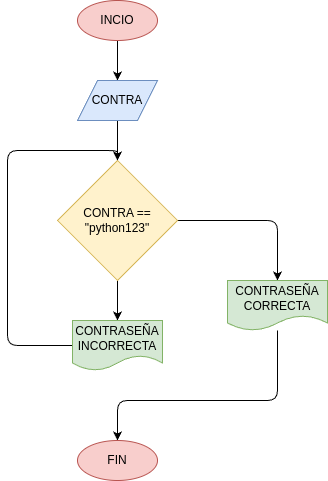
Before: FILTRO DE CONTRASEÑA/diagrama.png, a diagram exported from draw.io (lorcrop/Taller_while_parte_dos). Source tidied: cells renumbered, new cells last; positions are measured from the earlier drawing's top-left corner, leaving out a move shared by most shapes.
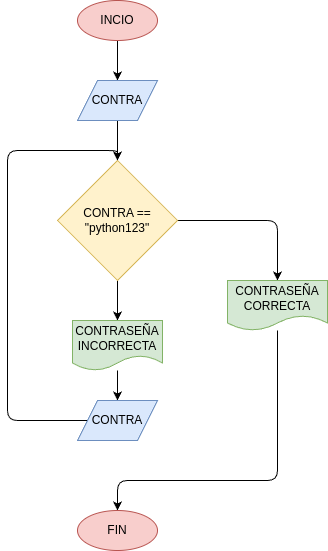
After the change.

Change to the diagram source:
```diff
@@ -23,23 +23,26 @@
     <mxCell id="8" value="CONTRA == &quot;python123&quot;" style="rhombus;whiteSpace=wrap;html=1;fillColor=#fff2cc;strokeColor=#d6b656;" parent="1" vertex="1">
       <mxGeometry x="50" y="160" width="120" height="120" as="geometry" />
     </mxCell>
-    <mxCell id="9" style="edgeStyle=orthogonalEdgeStyle;html=1;entryX=0.5;entryY=0;entryDx=0;entryDy=0;exitX=0;exitY=0.5;exitDx=0;exitDy=0;" parent="1" edge="1" source="10" target="8">
+    <mxCell id="9" style="edgeStyle=orthogonalEdgeStyle;html=1;entryX=0.5;entryY=0;entryDx=0;entryDy=0;exitX=0;exitY=0.5;exitDx=0;exitDy=0;" parent="1" edge="1" source="15" target="8">
       <mxGeometry relative="1" as="geometry">
         <Array as="points">
-          <mxPoint y="345" />
+          <mxPoint y="420" />
           <mxPoint y="150" />
           <mxPoint x="110" y="150" />
         </Array>
       </mxGeometry>
     </mxCell>
+    <mxCell id="14" style="edgeStyle=none;html=1;" parent="1" edge="1" source="10" target="15">
+      <mxGeometry relative="1" as="geometry" />
+    </mxCell>
     <mxCell id="10" value="CONTRASEÑA INCORRECTA" style="shape=document;whiteSpace=wrap;html=1;boundedLbl=1;fillColor=#d5e8d4;strokeColor=#82b366;" parent="1" vertex="1">
       <mxGeometry x="65" y="320" width="90" height="50" as="geometry" />
     </mxCell>
     <mxCell id="11" style="edgeStyle=orthogonalEdgeStyle;html=1;" parent="1" edge="1" source="12" target="13">
       <mxGeometry relative="1" as="geometry">
         <Array as="points">
-          <mxPoint x="270" y="400" />
-          <mxPoint x="110" y="400" />
+          <mxPoint x="270" y="480" />
+          <mxPoint x="110" y="480" />
         </Array>
       </mxGeometry>
     </mxCell>
@@ -47,7 +50,10 @@
       <mxGeometry x="220" y="280" width="100" height="50" as="geometry" />
     </mxCell>
     <mxCell id="13" value="FIN" style="ellipse;whiteSpace=wrap;html=1;fillColor=#f8cecc;strokeColor=#b85450;" parent="1" vertex="1">
-      <mxGeometry x="70" y="440" width="80" height="40" as="geometry" />
+      <mxGeometry x="70" y="510" width="80" height="40" as="geometry" />
     </mxCell>
+    <mxCell id="15" value="CONTRA" style="shape=parallelogram;perimeter=parallelogramPerimeter;whiteSpace=wrap;html=1;fixedSize=1;fillColor=#dae8fc;strokeColor=#6c8ebf;" parent="1" vertex="1">
+      <mxGeometry x="70" y="400" width="80" height="40" as="geometry" />
+    </mxCell>
   </root>
 </mxGraphModel>
```
